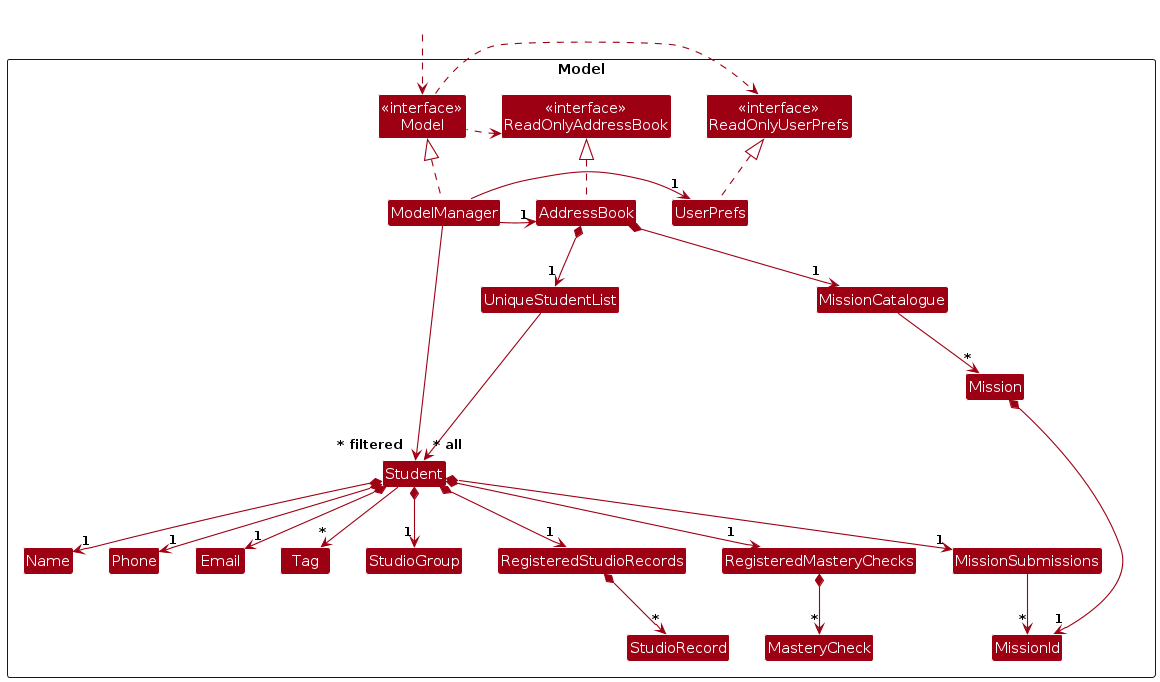
Above: diagrams/ModelClassDiagram.png in AY2627S1-CS2103T-F14a-1/tp (PlantUML), before the change. Its source is kept beside it as diagrams/ModelClassDiagram.puml.
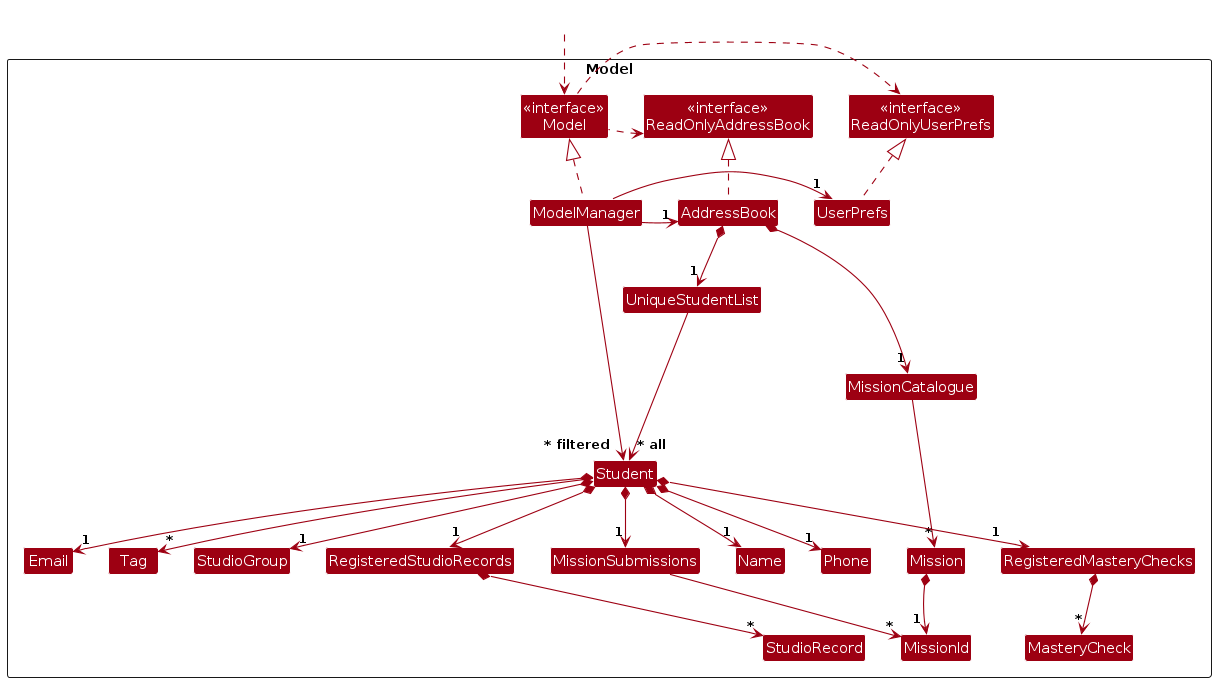
After the change.

The edit, as a diff of the source:
```diff
@@ -48,7 +48,7 @@
 UniqueStudentList --> "~* all" Student
 ModelManager --> "~* filtered" Student
 MissionCatalogue --> "*" Mission
-Mission *--> "1" MissionId
+Mission *-down-> "1" MissionId
 Student *--> "1" Name
 Student *--> "1" Phone
 Student *--> "1" Email
@@ -74,5 +74,6 @@
 ModelManager -[hidden]right-> UserPrefs
 RegisteredStudioRecords *--> "*" StudioRecord
 MissionId -[hidden]right-> StudioRecord
+Mission -[hidden]down-> MissionId
 StudioRecord -[hidden]right-> MasteryCheck
 @enduml
```
